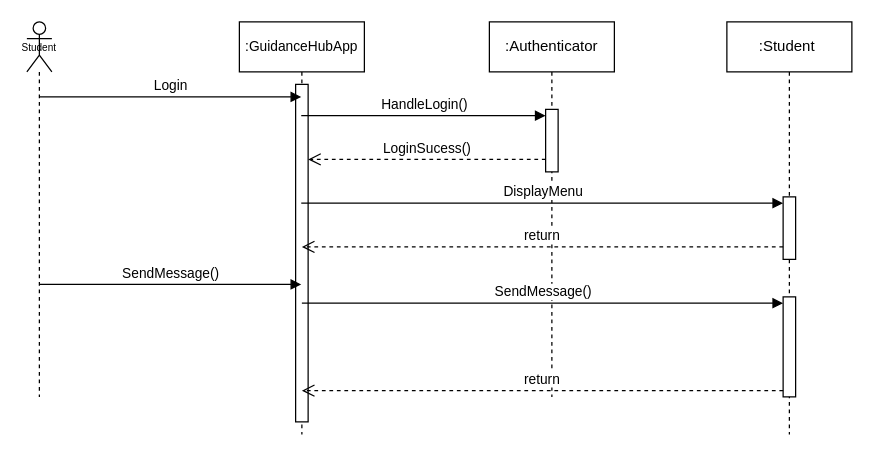
Above: DIAGRAMS/Sequence Diagram 1.drawio in 551462-Design-Develop-Deploy-24-25/001-port-individual-software-project-portfolio-MMukhtar1885 (draw.io), before the change. Source tidied: cells renumbered, new cells numbered last; positions are measured from the earlier drawing's top-left corner, leaving out a move shared by most shapes. Both pictures are drawn from the tidied source at 125%, with x=0, y=0 at pixel (26, 21).
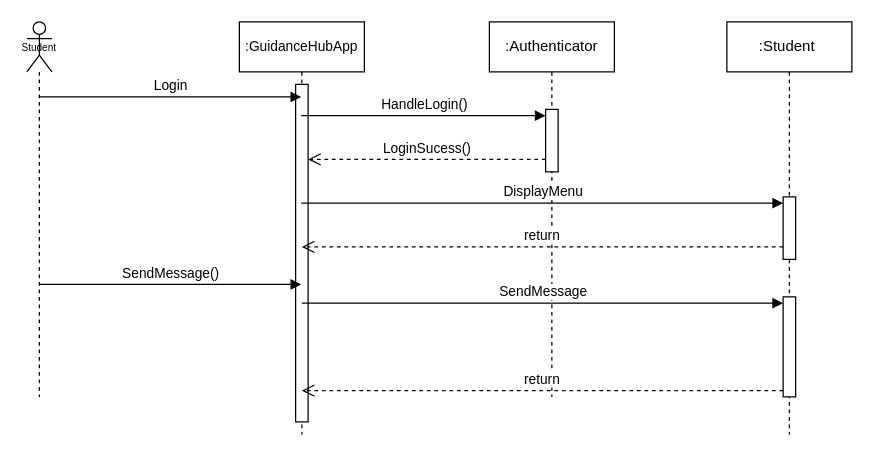
The same diagram, later.

Unchanged cells that the change refers to:
```xml
<mxCell id="8" style="html=1;points=[[0,0,0,0,5],[0,1,0,0,-5],[1,0,0,0,5],[1,1,0,0,-5]];perimeter=orthogonalPerimeter;outlineConnect=0;targetShapes=umlLifeline;portConstraint=eastwest;newEdgeStyle={&quot;curved&quot;:0,&quot;rounded&quot;:0};" parent="6" vertex="1">
  <mxGeometry x="45" y="220" width="10" height="80" as="geometry" />
</mxCell>
```

Diff of the diagram source:
```diff
@@
-    <mxCell id="16" value="SendMessage()" style="html=1;verticalAlign=bottom;endArrow=block;curved=0;rounded=0;entryX=0;entryY=0;entryDx=0;entryDy=5;" parent="1" edge="1" target="8">
+    <mxCell id="16" value="SendMessage" style="html=1;verticalAlign=bottom;endArrow=block;curved=0;rounded=0;entryX=0;entryY=0;entryDx=0;entryDy=5;" parent="1" edge="1" target="8">
       <mxGeometry relative="1" as="geometry">
         <mxPoint x="220" y="225" as="sourcePoint" />
       </mxGeometry>
     </mxCell>
```
